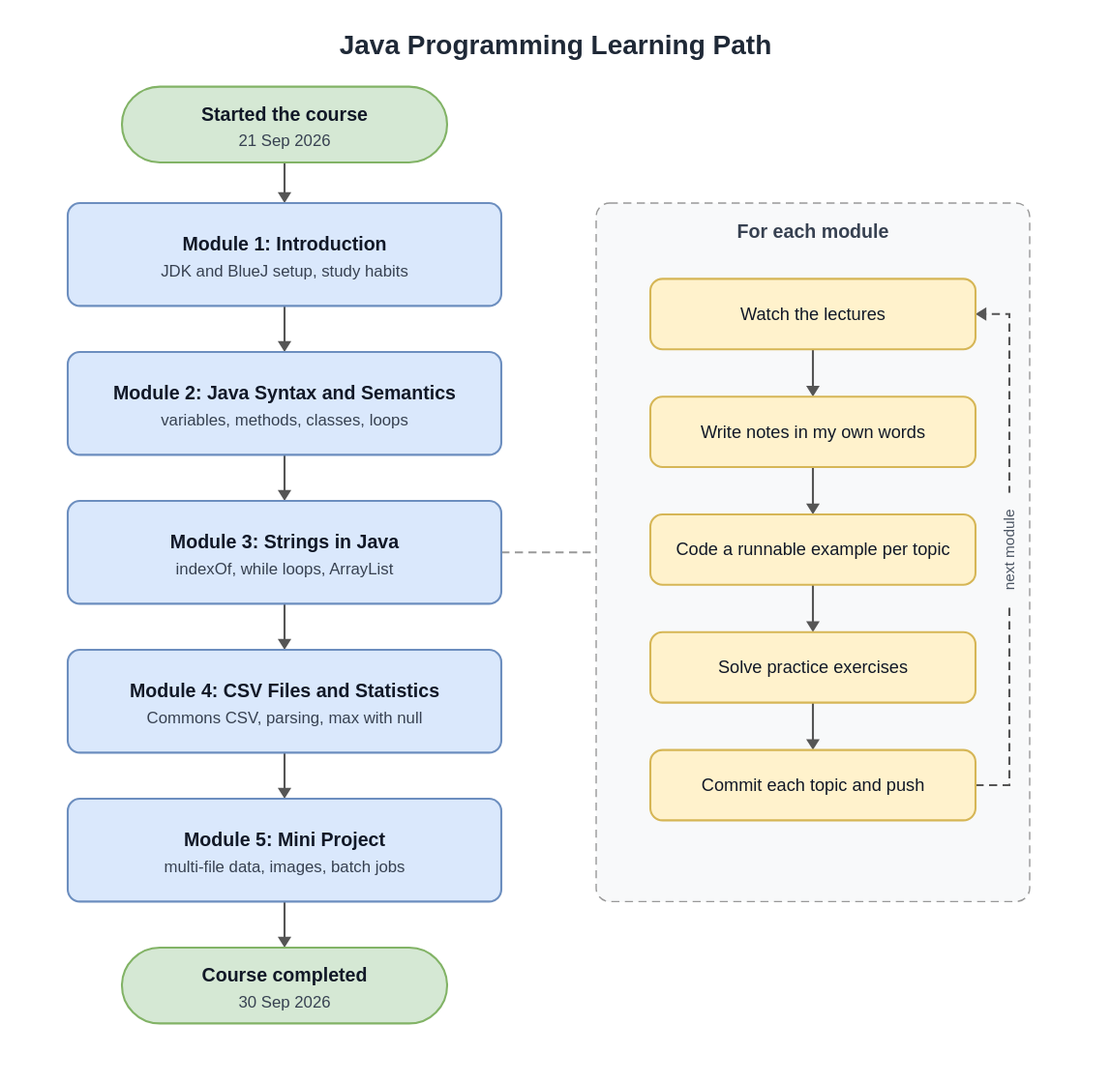
Above: docs/learning-flow.drawio.svg in aditya-forge/Java-Certification-Learning (draw.io), before the change. Source tidied: cells renumbered, new cells last; positions are measured from the earlier drawing's top-left corner, leaving out a move shared by most shapes. Its diagram source:
```xml
<mxGraphModel background="#ffffff">
  <root>
    <mxCell id="0" />
    <mxCell id="1" parent="0" />
    <mxCell id="2" value="Java Programming Learning Path" style="text;html=1;align=center;verticalAlign=middle;fontSize=20;fontStyle=1;fontColor=#1f2937;" parent="1" vertex="1">
      <mxGeometry width="820" height="36" as="geometry" />
    </mxCell>
    <mxCell id="3" value="&lt;b&gt;For each module&lt;/b&gt;" style="rounded=1;arcSize=4;whiteSpace=wrap;html=1;dashed=1;verticalAlign=top;spacingTop=8;fontSize=14;fontColor=#374151;fillColor=#f8f9fa;strokeColor=#999999;" parent="1" vertex="1">
      <mxGeometry x="440" y="136" width="320" height="516" as="geometry" />
    </mxCell>
    <mxCell id="4" value="&lt;b&gt;Started the course&lt;/b&gt;&lt;br&gt;&lt;span style=&quot;font-size:12px;color:#374151&quot;&gt;21 Sep 2026&lt;/span&gt;" style="rounded=1;arcSize=50;whiteSpace=wrap;html=1;fontSize=14;fontColor=#111827;fillColor=#d5e8d4;strokeColor=#82b366;strokeWidth=1.5;" parent="1" vertex="1">
      <mxGeometry x="90" y="50" width="240" height="56" as="geometry" />
    </mxCell>
    <mxCell id="5" value="&lt;b&gt;Module 1: Introduction&lt;/b&gt;&lt;br&gt;&lt;span style=&quot;font-size:12px;color:#374151&quot;&gt;JDK and BlueJ setup, study habits&lt;/span&gt;" style="rounded=1;arcSize=12;whiteSpace=wrap;html=1;fontSize=14;fontColor=#111827;fillColor=#dae8fc;strokeColor=#6c8ebf;strokeWidth=1.5;" parent="1" vertex="1">
      <mxGeometry x="50" y="136" width="320" height="76" as="geometry" />
    </mxCell>
    <mxCell id="6" value="&lt;b&gt;Module 2: Java Syntax and Semantics&lt;/b&gt;&lt;br&gt;&lt;span style=&quot;font-size:12px;color:#374151&quot;&gt;variables, methods, classes, loops&lt;/span&gt;" style="rounded=1;arcSize=12;whiteSpace=wrap;html=1;fontSize=14;fontColor=#111827;fillColor=#dae8fc;strokeColor=#6c8ebf;strokeWidth=1.5;" parent="1" vertex="1">
      <mxGeometry x="50" y="246" width="320" height="76" as="geometry" />
    </mxCell>
    <mxCell id="7" value="&lt;b&gt;Module 3: Strings in Java&lt;/b&gt;&lt;br&gt;&lt;span style=&quot;font-size:12px;color:#374151&quot;&gt;indexOf, while loops, ArrayList&lt;/span&gt;" style="rounded=1;arcSize=12;whiteSpace=wrap;html=1;fontSize=14;fontColor=#111827;fillColor=#dae8fc;strokeColor=#6c8ebf;strokeWidth=1.5;" parent="1" vertex="1">
      <mxGeometry x="50" y="356" width="320" height="76" as="geometry" />
    </mxCell>
    <mxCell id="8" value="&lt;b&gt;Module 4: CSV Files and Statistics&lt;/b&gt;&lt;br&gt;&lt;span style=&quot;font-size:12px;color:#374151&quot;&gt;Commons CSV, parsing, max with null&lt;/span&gt;" style="rounded=1;arcSize=12;whiteSpace=wrap;html=1;fontSize=14;fontColor=#111827;fillColor=#dae8fc;strokeColor=#6c8ebf;strokeWidth=1.5;" parent="1" vertex="1">
      <mxGeometry x="50" y="466" width="320" height="76" as="geometry" />
    </mxCell>
    <mxCell id="9" value="&lt;b&gt;Module 5: Mini Project&lt;/b&gt;&lt;br&gt;&lt;span style=&quot;font-size:12px;color:#374151&quot;&gt;multi-file data, images, batch jobs&lt;/span&gt;" style="rounded=1;arcSize=12;whiteSpace=wrap;html=1;fontSize=14;fontColor=#111827;fillColor=#dae8fc;strokeColor=#6c8ebf;strokeWidth=1.5;" parent="1" vertex="1">
      <mxGeometry x="50" y="576" width="320" height="76" as="geometry" />
    </mxCell>
    <mxCell id="10" value="&lt;b&gt;Course completed&lt;/b&gt;&lt;br&gt;&lt;span style=&quot;font-size:12px;color:#374151&quot;&gt;30 Sep 2026&lt;/span&gt;" style="rounded=1;arcSize=50;whiteSpace=wrap;html=1;fontSize=14;fontColor=#111827;fillColor=#d5e8d4;strokeColor=#82b366;strokeWidth=1.5;" parent="1" vertex="1">
      <mxGeometry x="90" y="686" width="240" height="56" as="geometry" />
    </mxCell>
    <mxCell id="11" value="Watch the lectures" style="rounded=1;arcSize=12;whiteSpace=wrap;html=1;fontSize=13;fontColor=#111827;fillColor=#fff2cc;strokeColor=#d6b656;strokeWidth=1.5;" parent="1" vertex="1">
      <mxGeometry x="480" y="192" width="240" height="52" as="geometry" />
    </mxCell>
    <mxCell id="12" value="Write notes in my own words" style="rounded=1;arcSize=12;whiteSpace=wrap;html=1;fontSize=13;fontColor=#111827;fillColor=#fff2cc;strokeColor=#d6b656;strokeWidth=1.5;" parent="1" vertex="1">
      <mxGeometry x="480" y="279" width="240" height="52" as="geometry" />
    </mxCell>
    <mxCell id="13" value="Code a runnable example per topic" style="rounded=1;arcSize=12;whiteSpace=wrap;html=1;fontSize=13;fontColor=#111827;fillColor=#fff2cc;strokeColor=#d6b656;strokeWidth=1.5;" parent="1" vertex="1">
      <mxGeometry x="480" y="366" width="240" height="52" as="geometry" />
    </mxCell>
    <mxCell id="14" value="Solve practice exercises" style="rounded=1;arcSize=12;whiteSpace=wrap;html=1;fontSize=13;fontColor=#111827;fillColor=#fff2cc;strokeColor=#d6b656;strokeWidth=1.5;" parent="1" vertex="1">
      <mxGeometry x="480" y="453" width="240" height="52" as="geometry" />
    </mxCell>
    <mxCell id="15" value="Commit each topic and push" style="rounded=1;arcSize=12;whiteSpace=wrap;html=1;fontSize=13;fontColor=#111827;fillColor=#fff2cc;strokeColor=#d6b656;strokeWidth=1.5;" parent="1" vertex="1">
      <mxGeometry x="480" y="540" width="240" height="52" as="geometry" />
    </mxCell>
    <mxCell id="16" style="edgeStyle=orthogonalEdgeStyle;rounded=0;html=1;endArrow=block;endFill=1;strokeColor=#555555;strokeWidth=1.5;" parent="1" edge="1" source="4" target="5">
      <mxGeometry relative="1" as="geometry" />
    </mxCell>
    <mxCell id="17" style="edgeStyle=orthogonalEdgeStyle;rounded=0;html=1;endArrow=block;endFill=1;strokeColor=#555555;strokeWidth=1.5;" parent="1" edge="1" source="5" target="6">
      <mxGeometry relative="1" as="geometry" />
    </mxCell>
    <mxCell id="18" style="edgeStyle=orthogonalEdgeStyle;rounded=0;html=1;endArrow=block;endFill=1;strokeColor=#555555;strokeWidth=1.5;" parent="1" edge="1" source="6" target="7">
      <mxGeometry relative="1" as="geometry" />
    </mxCell>
    <mxCell id="19" style="edgeStyle=orthogonalEdgeStyle;rounded=0;html=1;endArrow=block;endFill=1;strokeColor=#555555;strokeWidth=1.5;" parent="1" edge="1" source="7" target="8">
      <mxGeometry relative="1" as="geometry" />
    </mxCell>
    <mxCell id="20" style="edgeStyle=orthogonalEdgeStyle;rounded=0;html=1;endArrow=block;endFill=1;strokeColor=#555555;strokeWidth=1.5;" parent="1" edge="1" source="8" target="9">
      <mxGeometry relative="1" as="geometry" />
    </mxCell>
    <mxCell id="21" style="edgeStyle=orthogonalEdgeStyle;rounded=0;html=1;endArrow=block;endFill=1;strokeColor=#555555;strokeWidth=1.5;" parent="1" edge="1" source="9" target="10">
      <mxGeometry relative="1" as="geometry" />
    </mxCell>
    <mxCell id="22" style="edgeStyle=orthogonalEdgeStyle;rounded=0;html=1;endArrow=block;endFill=1;strokeColor=#555555;strokeWidth=1.5;" parent="1" edge="1" source="11" target="12">
      <mxGeometry relative="1" as="geometry" />
    </mxCell>
    <mxCell id="23" style="edgeStyle=orthogonalEdgeStyle;rounded=0;html=1;endArrow=block;endFill=1;strokeColor=#555555;strokeWidth=1.5;" parent="1" edge="1" source="12" target="13">
      <mxGeometry relative="1" as="geometry" />
    </mxCell>
    <mxCell id="24" style="edgeStyle=orthogonalEdgeStyle;rounded=0;html=1;endArrow=block;endFill=1;strokeColor=#555555;strokeWidth=1.5;" parent="1" edge="1" source="13" target="14">
      <mxGeometry relative="1" as="geometry" />
    </mxCell>
    <mxCell id="25" style="edgeStyle=orthogonalEdgeStyle;rounded=0;html=1;endArrow=block;endFill=1;strokeColor=#555555;strokeWidth=1.5;" parent="1" edge="1" source="14" target="15">
      <mxGeometry relative="1" as="geometry" />
    </mxCell>
    <mxCell id="26" value="next module" style="edgeStyle=orthogonalEdgeStyle;rounded=0;html=1;endArrow=block;endFill=1;strokeColor=#555555;strokeWidth=1.5;exitX=1;exitY=0.5;entryX=1;entryY=0.5;dashed=1;fontSize=11;fontColor=#4b5563;labelBackgroundColor=#f8f9fa;horizontal=0;" parent="1" edge="1" source="15" target="11">
      <mxGeometry relative="1" as="geometry">
        <Array as="points">
          <mxPoint x="745" y="566" />
          <mxPoint x="745" y="218" />
        </Array>
      </mxGeometry>
    </mxCell>
    <mxCell id="27" style="endArrow=none;dashed=1;html=1;strokeColor=#999999;strokeWidth=1.5;" parent="1" edge="1" source="7" target="3">
      <mxGeometry relative="1" as="geometry" />
    </mxCell>
  </root>
</mxGraphModel>
```
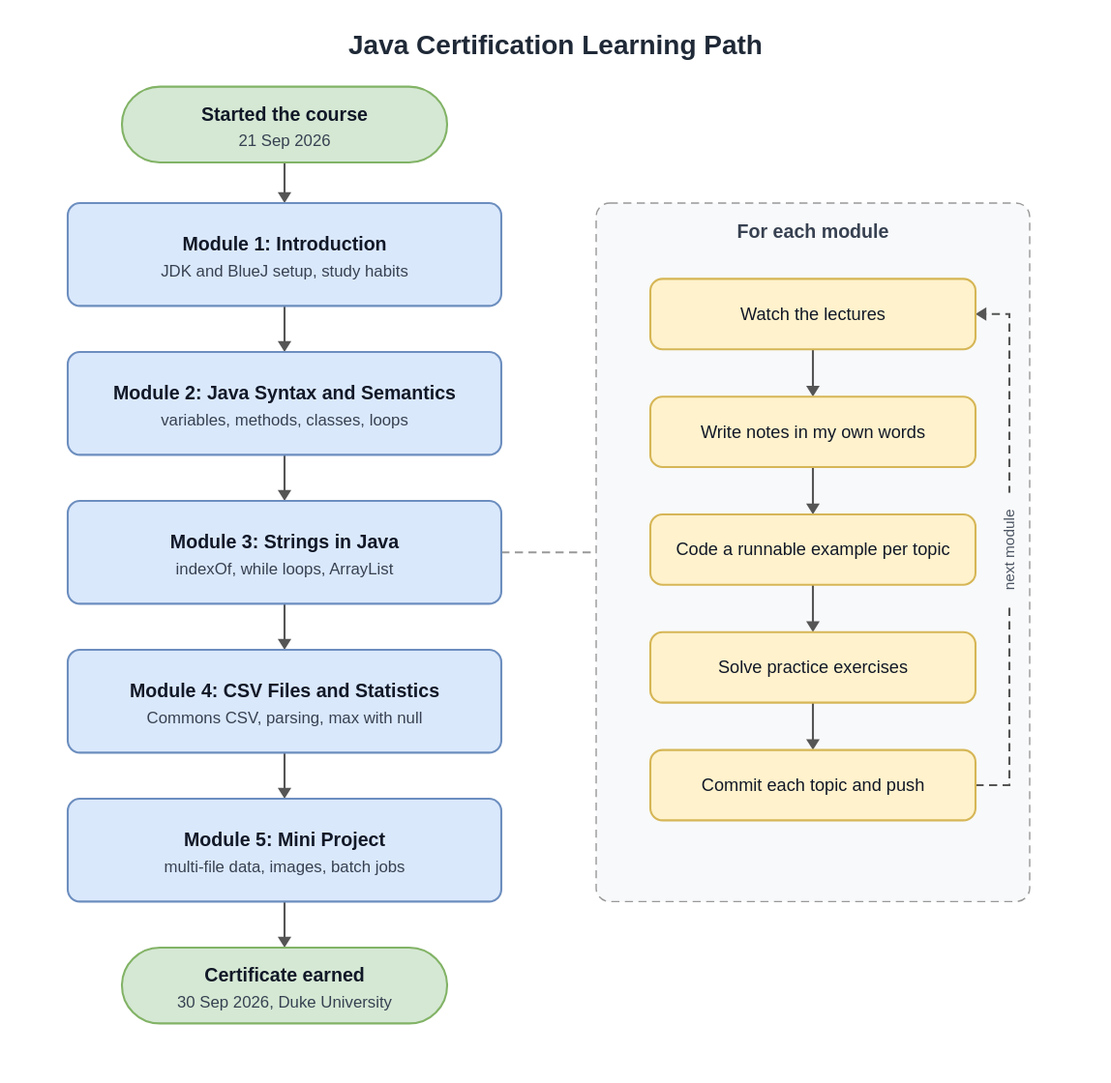
After the commit.

Commit message:
Rename to Java Certification Learning

What changed in the source:
```diff
@@ -2,7 +2,7 @@
   <root>
     <mxCell id="0" />
     <mxCell id="1" parent="0" />
-    <mxCell id="2" value="Java Programming Learning Path" style="text;html=1;align=center;verticalAlign=middle;fontSize=20;fontStyle=1;fontColor=#1f2937;" parent="1" vertex="1">
+    <mxCell id="2" value="Java Certification Learning Path" style="text;html=1;align=center;verticalAlign=middle;fontSize=20;fontStyle=1;fontColor=#1f2937;" parent="1" vertex="1">
       <mxGeometry width="820" height="36" as="geometry" />
     </mxCell>
     <mxCell id="3" value="&lt;b&gt;For each module&lt;/b&gt;" style="rounded=1;arcSize=4;whiteSpace=wrap;html=1;dashed=1;verticalAlign=top;spacingTop=8;fontSize=14;fontColor=#374151;fillColor=#f8f9fa;strokeColor=#999999;" parent="1" vertex="1">
@@ -26,7 +26,7 @@
     <mxCell id="9" value="&lt;b&gt;Module 5: Mini Project&lt;/b&gt;&lt;br&gt;&lt;span style=&quot;font-size:12px;color:#374151&quot;&gt;multi-file data, images, batch jobs&lt;/span&gt;" style="rounded=1;arcSize=12;whiteSpace=wrap;html=1;fontSize=14;fontColor=#111827;fillColor=#dae8fc;strokeColor=#6c8ebf;strokeWidth=1.5;" parent="1" vertex="1">
       <mxGeometry x="50" y="576" width="320" height="76" as="geometry" />
     </mxCell>
-    <mxCell id="10" value="&lt;b&gt;Course completed&lt;/b&gt;&lt;br&gt;&lt;span style=&quot;font-size:12px;color:#374151&quot;&gt;30 Sep 2026&lt;/span&gt;" style="rounded=1;arcSize=50;whiteSpace=wrap;html=1;fontSize=14;fontColor=#111827;fillColor=#d5e8d4;strokeColor=#82b366;strokeWidth=1.5;" parent="1" vertex="1">
+    <mxCell id="10" value="&lt;b&gt;Certificate earned&lt;/b&gt;&lt;br&gt;&lt;span style=&quot;font-size:12px;color:#374151&quot;&gt;30 Sep 2026, Duke University&lt;/span&gt;" style="rounded=1;arcSize=50;whiteSpace=wrap;html=1;fontSize=14;fontColor=#111827;fillColor=#d5e8d4;strokeColor=#82b366;strokeWidth=1.5;" parent="1" vertex="1">
       <mxGeometry x="90" y="686" width="240" height="56" as="geometry" />
     </mxCell>
     <mxCell id="11" value="Watch the lectures" style="rounded=1;arcSize=12;whiteSpace=wrap;html=1;fontSize=13;fontColor=#111827;fillColor=#fff2cc;strokeColor=#d6b656;strokeWidth=1.5;" parent="1" vertex="1">
```
